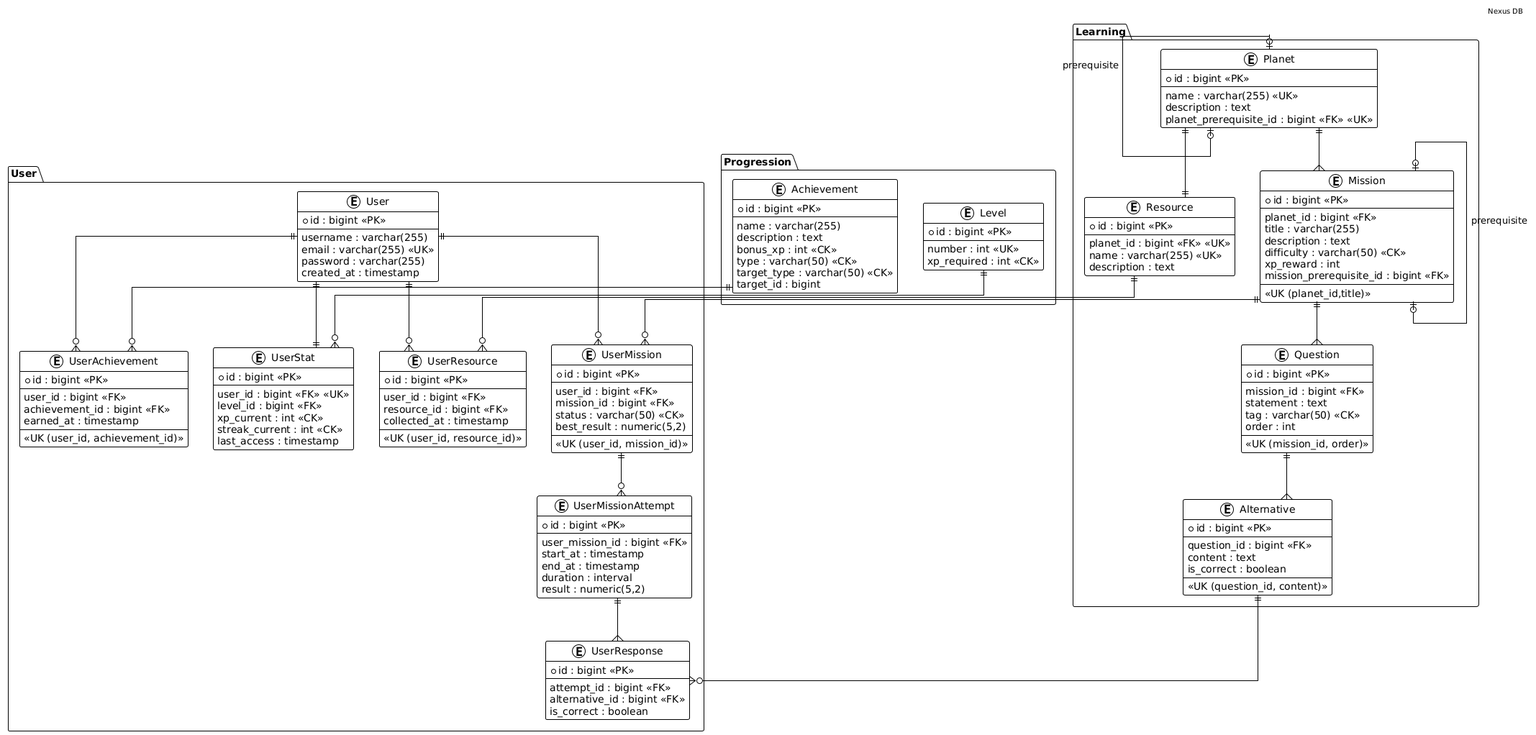
Before: resources/assets/dbER.png, a diagram exported from PlantUML (dhiogonasc/Nexus-RPG).
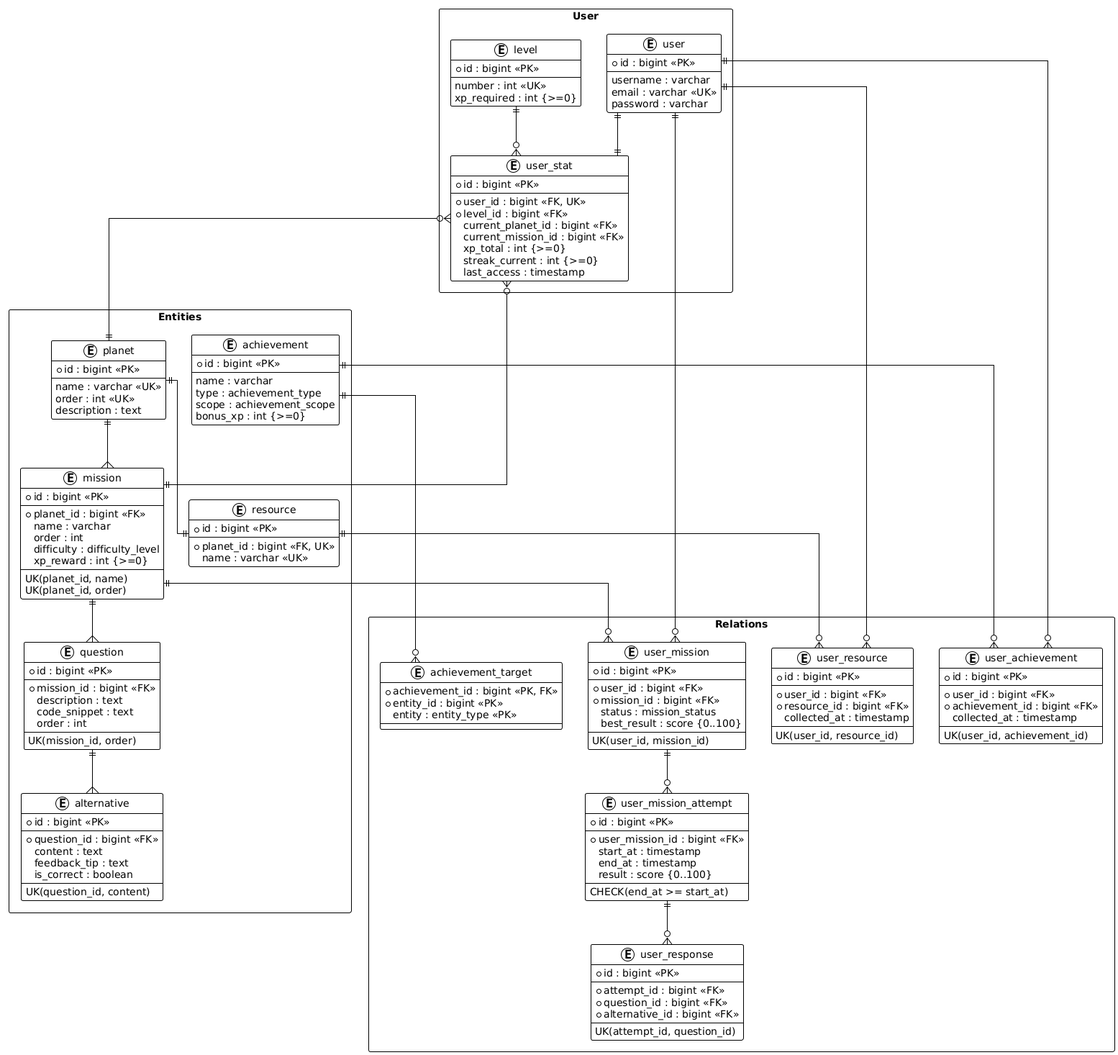
Later version of the same file.

Diff of the diagram source:
```diff
@@ -1,183 +1,180 @@
 @startuml
 !theme plain
-skinparam Linetype ortho
+skinparam linetype ortho
+skinparam packageStyle rectangle
 skinparam shadowing false
 
+package "User" <<Rectangle>> {
+    entity "user" as user {
+        * id : bigint <<PK>>
+        --
+        username : varchar
+        email : varchar <<UK>>
+        password : varchar
+    }
 
-package "User" {
+    entity "user_stat" as user_stat {
+        * id : bigint <<PK>>
+        --
+        * user_id : bigint <<FK, UK>>
+        * level_id : bigint <<FK>>
+        current_planet_id : bigint <<FK>>
+        current_mission_id : bigint <<FK>>
+        xp_total : int {>=0}
+        streak_current : int {>=0}
+        last_access : timestamp
+    }
 
-entity "User" as user {
-    * id : bigint <<PK>>
-    --
-    username : varchar(255)
-    email : varchar(255) <<UK>>
-    password : varchar(255)
-    created_at : timestamp
+    entity "level" as level {
+        * id : bigint <<PK>>
+        --
+        number : int <<UK>>
+        xp_required : int {>=0}
+    }
 }
 
-entity "UserStat" as user_stat {
-    * id : bigint <<PK>>
-    --
-    user_id : bigint <<FK>> <<UK>>
-    level_id : bigint <<FK>>
-    xp_current : int <<CK>>
-    streak_current : int <<CK>>
-    last_access : timestamp
+package "Entities" <<Rectangle>> {
+    entity "planet" as planet {
+        * id : bigint <<PK>>
+        --
+        name : varchar <<UK>>
+        order : int <<UK>>
+        description : text
+    }
+
+    entity "mission" as mission {
+        * id : bigint <<PK>>
+        --
+        * planet_id : bigint <<FK>>
+        name : varchar
+        order : int
+        difficulty : difficulty_level
+        xp_reward : int {>=0}
+        --
+        UK(planet_id, name)
+        UK(planet_id, order)
+    }
+
+    entity "question" as question {
+        * id : bigint <<PK>>
+        --
+        * mission_id : bigint <<FK>>
+        description : text
+        code_snippet : text
+        order : int
+        --
+        UK(mission_id, order)
+    }
+
+    entity "alternative" as alternative {
+        * id : bigint <<PK>>
+        --
+        * question_id : bigint <<FK>>
+        content : text
+        feedback_tip : text
+        is_correct : boolean
+        --
+        UK(question_id, content)
+    }
+
+    entity "resource" as resource {
+        * id : bigint <<PK>>
+        --
+        * planet_id : bigint <<FK, UK>>
+        name : varchar <<UK>>
+    }
+
+    entity "achievement" as achievement {
+        * id : bigint <<PK>>
+        --
+        name : varchar
+        type : achievement_type
+        scope : achievement_scope
+        bonus_xp : int {>=0}
+    }
 }
 
-entity "UserMission" as user_mission {
-    * id : bigint <<PK>>
-    --
-    user_id : bigint <<FK>>
-    mission_id : bigint <<FK>>
-    status : varchar(50) <<CK>>
-    best_result : numeric(5,2)
-    --
-    <<UK (user_id, mission_id)>>
-}
+package "Relations" <<Rectangle>> {
+    entity "user_mission" as user_mission {
+        * id : bigint <<PK>>
+        --
+        * user_id : bigint <<FK>>
+        * mission_id : bigint <<FK>>
+        status : mission_status
+        best_result : score {0..100}
+        --
+        UK(user_id, mission_id)
+    }
 
-entity "UserMissionAttempt" as attempt {
-    * id : bigint <<PK>>
-    --
-    user_mission_id : bigint <<FK>>
-    start_at : timestamp
-    end_at : timestamp
-    duration : interval
-    result : numeric(5,2)
-}
+    entity "user_mission_attempt" as attempt {
+        * id : bigint <<PK>>
+        --
+        * user_mission_id : bigint <<FK>>
+        start_at : timestamp
+        end_at : timestamp
+        result : score {0..100}
+        --
+        CHECK(end_at >= start_at)
+    }
 
-entity "UserResponse" as response {
-    * id : bigint <<PK>>
-    --
-    attempt_id : bigint <<FK>>
-    alternative_id : bigint <<FK>>
-    is_correct : boolean
-}
+    entity "user_response" as user_response {
+        * id : bigint <<PK>>
+        --
+        * attempt_id : bigint <<FK>>
+        * question_id : bigint <<FK>>
+        * alternative_id : bigint <<FK>>
+        --
+        UK(attempt_id, question_id)
+    }
 
-entity "UserAchievement" as user_achievement {
-    * id : bigint <<PK>>
-    --
-    user_id : bigint <<FK>>
-    achievement_id : bigint <<FK>>
-    earned_at : timestamp
-    --
-    <<UK (user_id, achievement_id)>>
-}
+    entity "user_resource" as user_resource {
+        * id : bigint <<PK>>
+        --
+        * user_id : bigint <<FK>>
+        * resource_id : bigint <<FK>>
+        collected_at : timestamp
+        --
+        UK(user_id, resource_id)
+    }
 
-entity "UserResource" as user_resource {
-    * id : bigint <<PK>>
-    --
-    user_id : bigint <<FK>>
-    resource_id : bigint <<FK>>
-    collected_at : timestamp
-    --
-    <<UK (user_id, resource_id)>>
-}
+    entity "user_achievement" as user_achievement {
+        * id : bigint <<PK>>
+        --
+        * user_id : bigint <<FK>>
+        * achievement_id : bigint <<FK>>
+        collected_at : timestamp
+        --
+        UK(user_id, achievement_id)
+    }
 
-}
-
-
-package "Progression" {
-
-entity "Level" as level {
-    * id : bigint <<PK>>
-    --
-    number : int <<UK>>
-    xp_required : int <<CK>>
-}
-
-entity "Achievement" as achievement {
-    * id : bigint <<PK>>
-    --
-    name : varchar(255)
-    description : text
-    bonus_xp : int <<CK>>
-    type : varchar(50) <<CK>>
-    target_type : varchar(50) <<CK>>
-    target_id : bigint
-}
-
-}
-
-
-package "Learning" {
-
-entity "Planet" as planet {
-    * id : bigint <<PK>>
-    --
-    name : varchar(255) <<UK>>
-    description : text
-    planet_prerequisite_id : bigint <<FK>> <<UK>>
-}
-
-entity "Mission" as mission {
-    * id : bigint <<PK>>
-    --
-    planet_id : bigint <<FK>>
-    title : varchar(255)
-    description : text
-    difficulty : varchar(50) <<CK>>
-    xp_reward : int
-    mission_prerequisite_id : bigint <<FK>>
-    --
-    <<UK (planet_id,title)>>
-}
-
-entity "Resource" as resource {
-    * id : bigint <<PK>>
-    --
-    planet_id : bigint <<FK>> <<UK>>
-    name : varchar(255) <<UK>>
-    description : text
-}
-
-entity "Question" as question {
-    * id : bigint <<PK>>
-    --
-    mission_id : bigint <<FK>>
-    statement : text
-    tag : varchar(50) <<CK>>
-    order : int
-    --
-    <<UK (mission_id, order)>>
-}
-
-entity "Alternative" as alternative {
-    * id : bigint <<PK>>
-    --
-    question_id : bigint <<FK>>
-    content : text
-    is_correct : boolean
-    --
-    <<UK (question_id, content)>>
-}
-
+    entity "achievement_target" as target {
+        * achievement_id : bigint <<PK, FK>>
+        * entity_id : bigint <<PK>>
+        entity : entity_type <<PK>>
+    }
 }
 
 
 user ||--|| user_stat
 level ||--o{ user_stat
 
-planet |o--o| planet : prerequisite
+user_stat }o--|| planet
+user_stat }o--|| mission
+
 planet ||--{ mission
-planet ||--|| resource
-
-mission |o--o| mission : prerequisite
 mission ||--{ question
 question ||--{ alternative
+planet ||--|| resource
 
 user ||--o{ user_mission
 mission ||--o{ user_mission
-
 user_mission ||--o{ attempt
-attempt ||--{ response
-alternative ||--o{ response
-
-user ||--o{ user_achievement
-achievement ||--o{ user_achievement
-
+attempt ||--o{ user_response
 user ||--o{ user_resource
 resource ||--o{ user_resource
 
-header Nexus DB
-@enduml
+achievement ||--o{ target
+achievement ||--o{ user_achievement
+user ||--o{ user_achievement
+
+@endum
```
